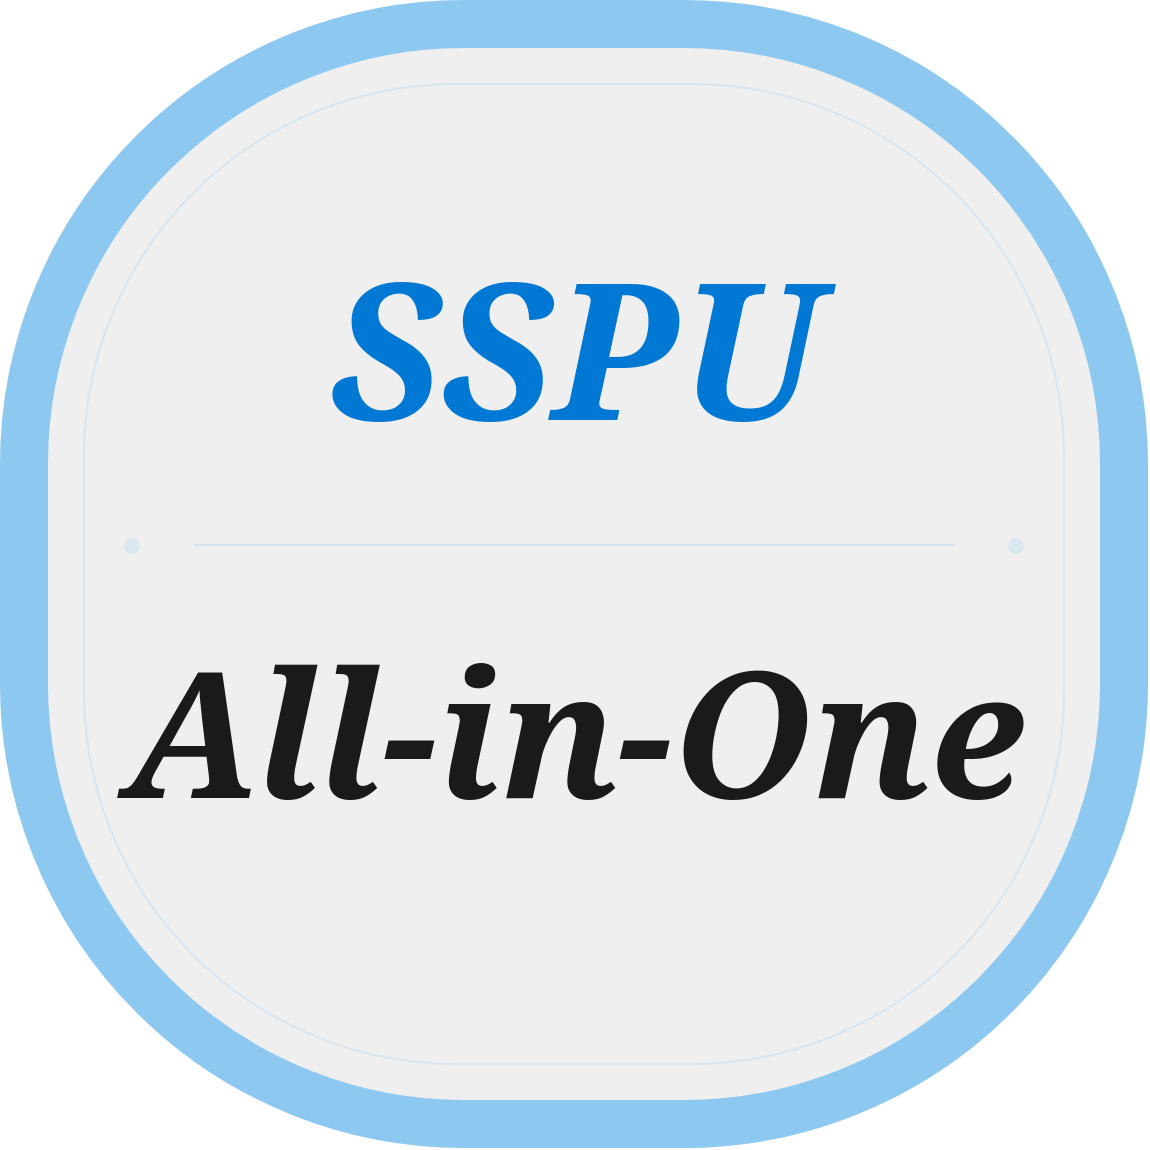
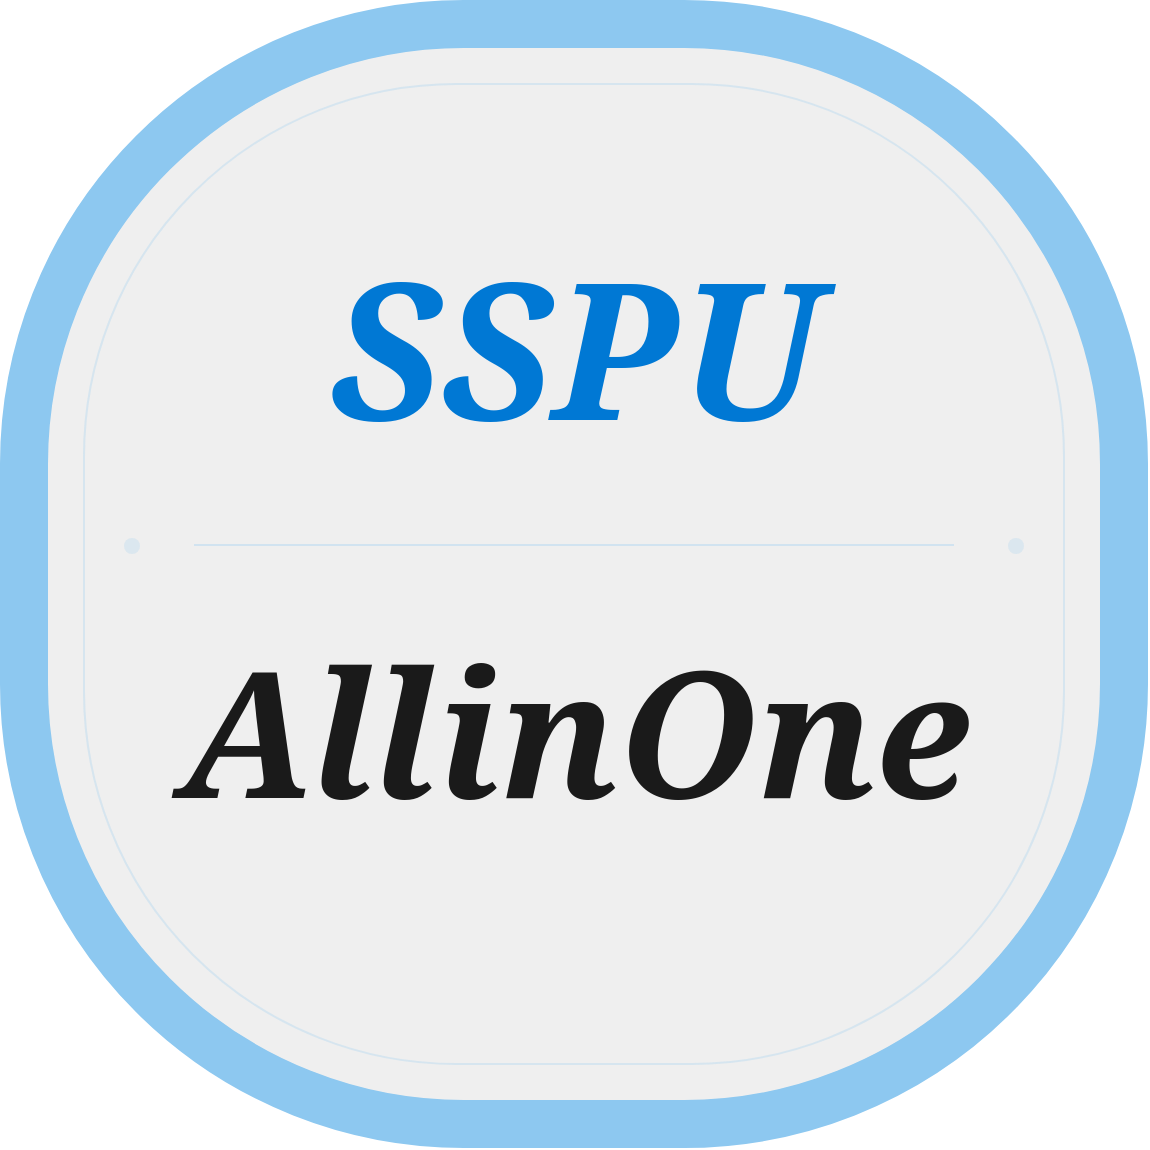
<mxfile host="app.diagrams.net" modified="2026-04-18T23:30:00.000Z" agent="SSPU-AllinOne" version="24.0.0" etag="sspu-logo-v13" type="device">
  <diagram name="SSPU-AIO-Fluent-v9" id="sspu-fluent-v13">
    <mxGraphModel dx="900" dy="900" grid="1" gridSize="5" guides="1" tooltips="1" connect="1" arrows="1" fold="1" page="1" pageScale="1" pageWidth="600" pageHeight="600" math="0" shadow="0" background="none">
      <root>
        <mxCell id="0"/>
        <mxCell id="1" parent="0"/>

        <!-- 浅灰半透明圆角方形背景 -->
        <mxCell id="bg-rect" value="" style="rounded=1;arcSize=40;whiteSpace=wrap;html=1;fillColor=#EBEBEB;strokeColor=none;shadow=0;opacity=80;" vertex="1" parent="1">
          <mxGeometry x="25" y="25" width="550" height="550" as="geometry"/>
        </mxCell>

        <!-- 外侧粗圆角方形边框 -->
        <mxCell id="outer-ring" value="" style="rounded=1;arcSize=40;whiteSpace=wrap;html=1;fillColor=none;strokeColor=#8DC8F0;strokeWidth=24;shadow=0;" vertex="1" parent="1">
          <mxGeometry x="25" y="25" width="550" height="550" as="geometry"/>
        </mxCell>

        <!-- 内侧细圆角方形装饰框 -->
        <mxCell id="inner-ring" value="" style="rounded=1;arcSize=38;whiteSpace=wrap;html=1;fillColor=none;strokeColor=#8DC8F0;strokeWidth=1;opacity=25;" vertex="1" parent="1">
          <mxGeometry x="55" y="55" width="490" height="490" as="geometry"/>
        </mxCell>

        <!-- 分隔线 -->
        <mxCell id="sep-line" value="" style="line;strokeWidth=1;fillColor=none;strokeColor=#8DC8F0;opacity=30;" vertex="1" parent="1">
          <mxGeometry x="110" y="285" width="380" height="1" as="geometry"/>
        </mxCell>

        <!-- SSPU 文字 -->
        <mxCell id="text-sspu" value="SSPU" style="text;html=1;align=center;verticalAlign=middle;strokeColor=none;fillColor=none;fontSize=95;fontFamily=Playfair Display,Georgia,serif;fontStyle=3;fontColor=#0078D4;letterSpacing=6;opacity=65;" vertex="1" parent="1">
          <mxGeometry x="60" y="105" width="480" height="160" as="geometry"/>
        </mxCell>

-         <!-- All-in-One 文字 -->
-         <mxCell id="text-aio" value="All-in-One" style="text;html=1;align=center;verticalAlign=middle;strokeColor=none;fillColor=none;fontSize=88;fontFamily=Playfair Display,Georgia,serif;fontStyle=3;fontColor=#1A1A1A;" vertex="1" parent="1">
+         <!-- AllinOne 文字 -->
+         <mxCell id="text-aio" value="AllinOne" style="text;html=1;align=center;verticalAlign=middle;strokeColor=none;fillColor=none;fontSize=88;fontFamily=Playfair Display,Georgia,serif;fontStyle=3;fontColor=#1A1A1A;" vertex="1" parent="1">
          <mxGeometry x="45" y="305" width="510" height="145" as="geometry"/>
        </mxCell>

        <!-- 装饰点 -->
        <mxCell id="dot-left" value="" style="ellipse;fillColor=#8DC8F0;strokeColor=none;aspect=fixed;opacity=20;" vertex="1" parent="1">
          <mxGeometry x="75" y="282" width="8" height="8" as="geometry"/>
        </mxCell>

        <mxCell id="dot-right" value="" style="ellipse;fillColor=#8DC8F0;strokeColor=none;aspect=fixed;opacity=20;" vertex="1" parent="1">
          <mxGeometry x="517" y="282" width="8" height="8" as="geometry"/>
        </mxCell>

      </root>
    </mxGraphModel>
  </diagram>
</mxfile>
